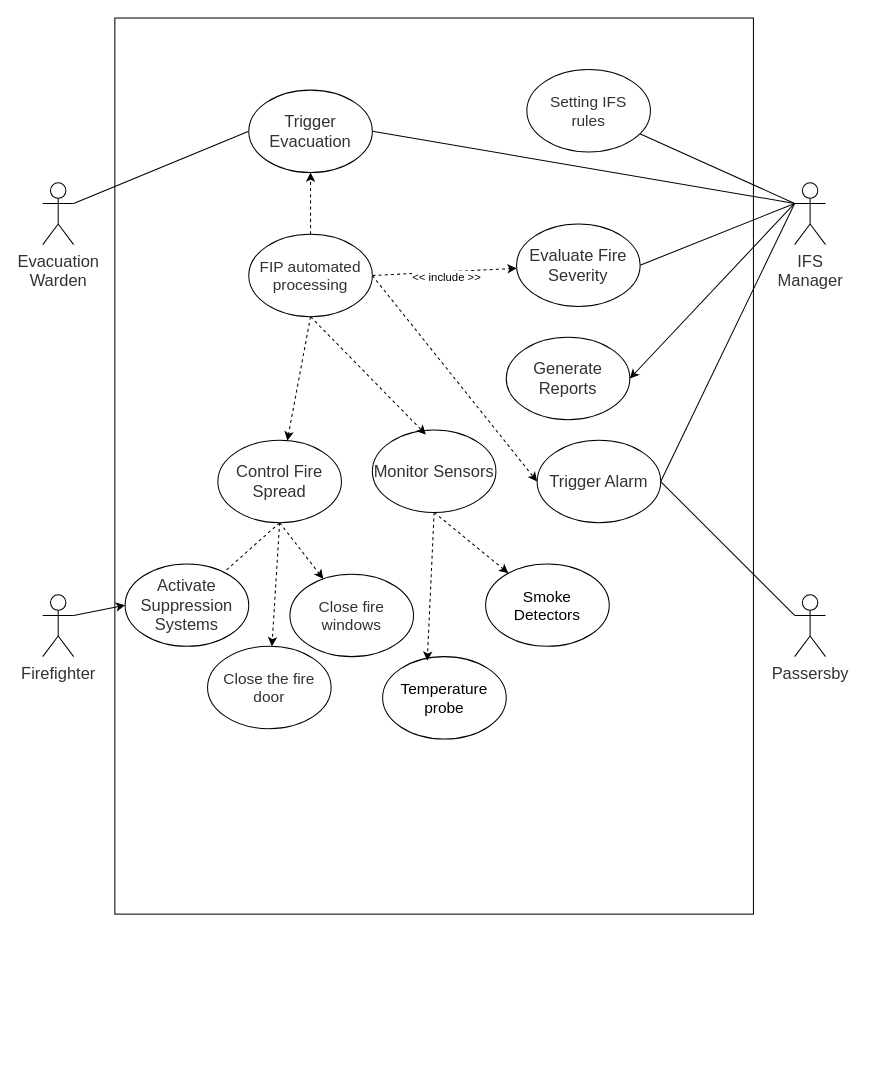
This is FIP.drawio from demosRun/INFO6030, a draw.io file, before an edit. Source tidied: cells renumbered, new cells numbered last; positions are measured from the earlier drawing's top-left corner, leaving out a move shared by most shapes. Both pictures are drawn from the tidied source at 103%, with x=0, y=0 at pixel (42, 18).
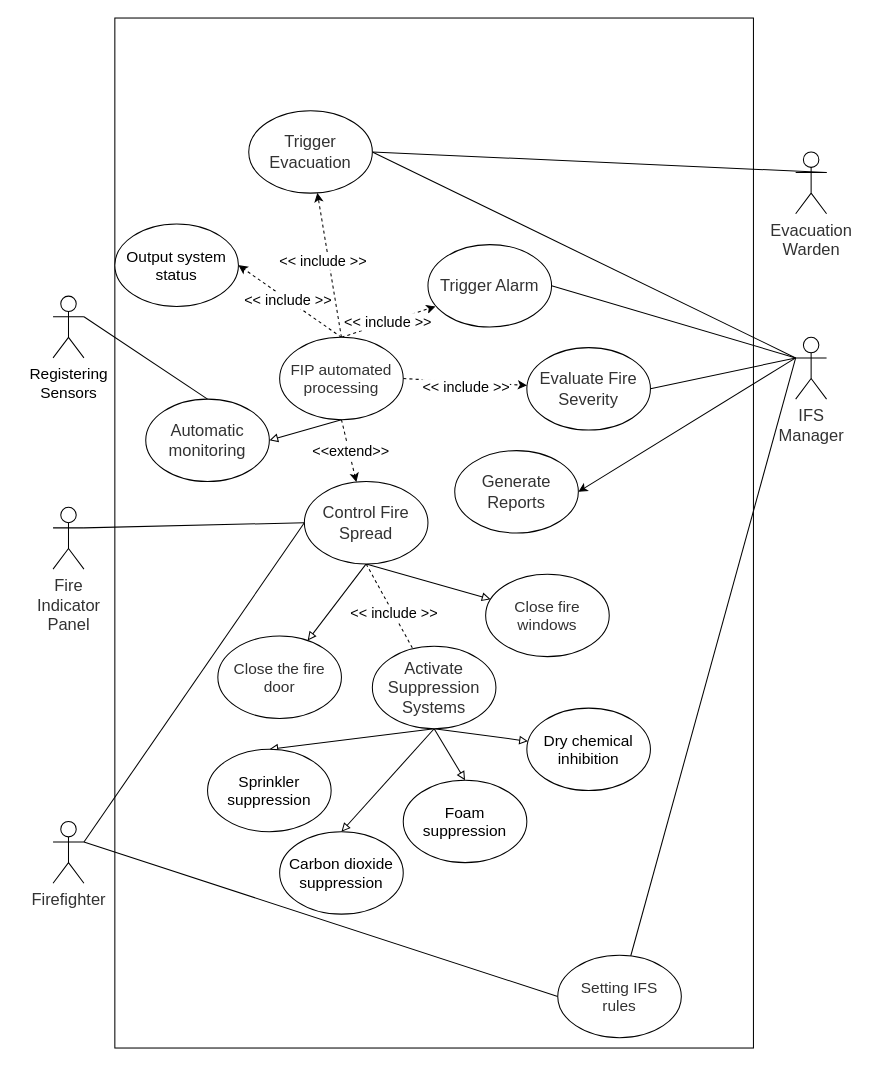
The same page after the edit.

The change refers to these unchanged cells:
```xml
<mxCell id="18" style="rounded=0;jettySize=auto;html=1;exitX=0.5;exitY=1;exitDx=0;exitDy=0;dashed=1;" parent="1" edge="1" source="22" target="27">
  <mxGeometry relative="1" as="geometry" />
</mxCell>
<mxCell id="20" style="rounded=0;jettySize=auto;html=1;exitX=1;exitY=0.5;exitDx=0;exitDy=0;dashed=1;" parent="1" edge="1" source="22" target="23">
  <mxGeometry relative="1" as="geometry" />
</mxCell>
<mxCell id="24" style="rounded=0;jettySize=auto;html=1;exitX=0.5;exitY=1;exitDx=0;exitDy=0;endArrow=none;endFill=0;dashed=1;" parent="1" edge="1" source="27" target="29">
  <mxGeometry relative="1" as="geometry" />
</mxCell>
```

The edit, as a diff of the source:
```diff
@@
     <mxCell id="2" style="rounded=0;whiteSpace=wrap;html=1;" parent="1" vertex="1">
-      <mxGeometry x="70" width="620" height="870" as="geometry" />
+      <mxGeometry x="70" width="620" height="1000" as="geometry" />
     </mxCell>
-    <mxCell id="3" style="rounded=0;jettySize=auto;html=1;exitX=1;exitY=0.3333333333333333;exitDx=0;exitDy=0;exitPerimeter=0;entryX=0;entryY=0.5;entryDx=0;entryDy=0;strokeColor=default;endArrow=none;endFill=0;" parent="1" edge="1" source="4" target="15">
+    <mxCell id="3" style="rounded=0;jettySize=auto;html=1;exitX=1;exitY=0.3333333333333333;exitDx=0;exitDy=0;exitPerimeter=0;entryX=1;entryY=0.5;entryDx=0;entryDy=0;strokeColor=default;endArrow=none;endFill=0;" parent="1" edge="1" source="4" target="15">
       <mxGeometry relative="1" as="geometry" />
     </mxCell>
     <mxCell id="4" value="&lt;span style=&quot;color: rgb(50, 50, 50); font-family: &amp;quot;Microsoft YaHei&amp;quot;, 微软雅黑, Arial; font-size: 16px; text-wrap: wrap; background-color: rgba(255, 255, 255, 0.01);&quot;&gt;Evacuation&lt;/span&gt;&lt;div&gt;&lt;span style=&quot;color: rgb(50, 50, 50); font-family: &amp;quot;Microsoft YaHei&amp;quot;, 微软雅黑, Arial; font-size: 16px; text-wrap: wrap; background-color: rgba(255, 255, 255, 0.01);&quot;&gt;Warden&lt;/span&gt;&lt;/div&gt;" style="shape=umlActor;verticalLabelPosition=bottom;verticalAlign=top;html=1;outlineConnect=0;" parent="1" vertex="1">
-      <mxGeometry y="160" width="30" height="60" as="geometry" />
+      <mxGeometry x="731" y="130" width="30" height="60" as="geometry" />
     </mxCell>
-    <mxCell id="5" style="rounded=0;jettySize=auto;html=1;exitX=1;exitY=0.3333333333333333;exitDx=0;exitDy=0;exitPerimeter=0;entryX=0;entryY=0.5;entryDx=0;entryDy=0;" parent="1" edge="1" source="6" target="29">
-      <mxGeometry relative="1" as="geometry" />
-    </mxCell>
+    <mxCell id="39" style="rounded=0;jettySize=auto;html=1;exitX=1;exitY=0.3333333333333333;exitDx=0;exitDy=0;exitPerimeter=0;entryX=0;entryY=0.5;entryDx=0;entryDy=0;endArrow=none;endFill=0;" parent="1" edge="1" source="6" target="16">
+      <mxGeometry relative="1" as="geometry" />
+    </mxCell>
     <mxCell id="6" value="&lt;span style=&quot;color: rgb(50, 50, 50); font-family: &amp;quot;Microsoft YaHei&amp;quot;, 微软雅黑, Arial; font-size: 16px; text-wrap: wrap; background-color: rgba(255, 255, 255, 0.01);&quot;&gt;Firefighter&lt;/span&gt;" style="shape=umlActor;verticalLabelPosition=bottom;verticalAlign=top;html=1;outlineConnect=0;" parent="1" vertex="1">
-      <mxGeometry y="560" width="30" height="60" as="geometry" />
+      <mxGeometry x="10" y="780" width="30" height="60" as="geometry" />
     </mxCell>
@@
+    <mxCell id="11" style="rounded=0;jettySize=auto;html=1;exitX=0;exitY=0.3333333333333333;exitDx=0;exitDy=0;exitPerimeter=0;entryX=1;entryY=0.5;entryDx=0;entryDy=0;" parent="1" edge="1" source="12" target="34">
+      <mxGeometry relative="1" as="geometry" />
+    </mxCell>
@@
-    <mxCell id="11" style="rounded=0;jettySize=auto;html=1;exitX=0;exitY=0.3333333333333333;exitDx=0;exitDy=0;exitPerimeter=0;entryX=1;entryY=0.5;entryDx=0;entryDy=0;" parent="1" edge="1" source="12" target="34">
-      <mxGeometry relative="1" as="geometry" />
-    </mxCell>
     <mxCell id="12" value="&lt;span style=&quot;color: rgb(50, 50, 50); font-family: &amp;quot;Microsoft YaHei&amp;quot;, 微软雅黑, Arial; font-size: 16px; text-wrap: wrap; background-color: rgba(255, 255, 255, 0.01);&quot;&gt;IFS Manager&lt;/span&gt;" style="shape=umlActor;verticalLabelPosition=bottom;verticalAlign=top;html=1;outlineConnect=0;" parent="1" vertex="1">
-      <mxGeometry x="730" y="160" width="30" height="60" as="geometry" />
+      <mxGeometry x="731" y="310" width="30" height="60" as="geometry" />
     </mxCell>
-    <mxCell id="13" style="rounded=0;jettySize=auto;html=1;exitX=0;exitY=0.3333333333333333;exitDx=0;exitDy=0;exitPerimeter=0;entryX=1;entryY=0.5;entryDx=0;entryDy=0;endArrow=none;endFill=0;" parent="1" edge="1" source="14" target="32">
-      <mxGeometry relative="1" as="geometry" />
-    </mxCell>
+    <mxCell id="40" style="rounded=0;jettySize=auto;html=1;exitX=1;exitY=0.3333333333333333;exitDx=0;exitDy=0;exitPerimeter=0;entryX=0;entryY=0.5;entryDx=0;entryDy=0;endArrow=none;endFill=0;" parent="1" edge="1" source="14" target="27">
+      <mxGeometry relative="1" as="geometry" />
+    </mxCell>
-    <mxCell id="14" value="&lt;span style=&quot;color: rgb(50, 50, 50); font-family: &amp;quot;Microsoft YaHei&amp;quot;, 微软雅黑, Arial; font-size: 16px; text-wrap: wrap; background-color: rgba(255, 255, 255, 0.01);&quot;&gt;Passersby&lt;/span&gt;" style="shape=umlActor;verticalLabelPosition=bottom;verticalAlign=top;html=1;outlineConnect=0;" parent="1" vertex="1">
-      <mxGeometry x="730" y="560" width="30" height="60" as="geometry" />
+    <mxCell id="14" value="&lt;font face=&quot;Microsoft YaHei, 微软雅黑, Arial&quot; color=&quot;#323232&quot;&gt;&lt;span style=&quot;font-size: 16px; text-wrap: wrap;&quot;&gt;Fire Indicator&lt;/span&gt;&lt;/font&gt;&lt;div&gt;&lt;font face=&quot;Microsoft YaHei, 微软雅黑, Arial&quot; color=&quot;#323232&quot;&gt;&lt;span style=&quot;font-size: 16px; text-wrap: wrap;&quot;&gt;Panel&lt;/span&gt;&lt;/font&gt;&lt;br&gt;&lt;/div&gt;" style="shape=umlActor;verticalLabelPosition=bottom;verticalAlign=top;html=1;outlineConnect=0;" parent="1" vertex="1">
+      <mxGeometry x="10" y="475" width="30" height="60" as="geometry" />
     </mxCell>
     <mxCell id="15" value="&lt;span style=&quot;color: rgb(50, 50, 50); font-family: &amp;quot;Microsoft YaHei&amp;quot;, 微软雅黑, Arial; font-size: 16px; background-color: rgba(255, 255, 255, 0.01);&quot;&gt;Trigger Evacuation&lt;/span&gt;" style="ellipse;whiteSpace=wrap;html=1;" parent="1" vertex="1">
-      <mxGeometry x="200" y="70" width="120" height="80" as="geometry" />
+      <mxGeometry x="200" y="90" width="120" height="80" as="geometry" />
     </mxCell>
     <mxCell id="16" value="&lt;span style=&quot;color: rgb(50, 50, 50); font-family: &amp;quot;Microsoft YaHei&amp;quot;, 微软雅黑, Arial; font-size: 15px; background-color: rgba(255, 255, 255, 0.01);&quot;&gt;Setting IFS&lt;/span&gt;&lt;div&gt;&lt;span style=&quot;color: rgb(50, 50, 50); font-family: &amp;quot;Microsoft YaHei&amp;quot;, 微软雅黑, Arial; font-size: 15px; background-color: rgba(255, 255, 255, 0.01);&quot;&gt;rules&lt;/span&gt;&lt;/div&gt;" style="ellipse;whiteSpace=wrap;html=1;" parent="1" vertex="1">
-      <mxGeometry x="470" y="50" width="120" height="80" as="geometry" />
+      <mxGeometry x="500" y="910" width="120" height="80" as="geometry" />
     </mxCell>
-    <mxCell id="17" style="edgeStyle=orthogonalEdgeStyle;rounded=0;jettySize=auto;html=1;exitX=0.5;exitY=0;exitDx=0;exitDy=0;dashed=1;" parent="1" edge="1" source="22" target="15">
+    <mxCell id="17" style="rounded=0;jettySize=auto;html=1;exitX=0.5;exitY=0;exitDx=0;exitDy=0;dashed=1;" parent="1" edge="1" source="22" target="15">
       <mxGeometry relative="1" as="geometry" />
     </mxCell>
+    <mxCell id="41" value="&lt;span style=&quot;font-size: 14px;&quot;&gt;&amp;lt;&amp;lt; include &amp;gt;&amp;gt;&lt;/span&gt;" style="edgeLabel;html=1;align=center;verticalAlign=middle;" parent="17" vertex="1">
+      <mxGeometry x="0.08" y="6" relative="1" as="geometry" />
+    </mxCell>
@@
+    <mxCell id="42" value="&lt;font style=&quot;font-size: 14px;&quot;&gt;&amp;lt;&amp;lt;extend&amp;gt;&amp;gt;&lt;/font&gt;" style="edgeLabel;html=1;align=center;verticalAlign=middle;" parent="18" vertex="1">
+      <mxGeometry x="0.03" y="1" relative="1" as="geometry" />
+    </mxCell>
-    <mxCell id="19" style="rounded=0;jettySize=auto;html=1;exitX=1;exitY=0.5;exitDx=0;exitDy=0;entryX=0;entryY=0.5;entryDx=0;entryDy=0;dashed=1;" parent="1" edge="1" source="22" target="32">
+    <mxCell id="19" style="rounded=0;jettySize=auto;html=1;exitX=0.5;exitY=0;exitDx=0;exitDy=0;entryX=0.061;entryY=0.75;entryDx=0;entryDy=0;dashed=1;entryPerimeter=0;" parent="1" edge="1" source="22" target="32">
       <mxGeometry relative="1" as="geometry" />
     </mxCell>
+    <mxCell id="43" value="&lt;span style=&quot;font-size: 14px;&quot;&gt;&amp;lt;&amp;lt; include &amp;gt;&amp;gt;&lt;/span&gt;" style="edgeLabel;html=1;align=center;verticalAlign=middle;" parent="19" vertex="1">
+      <mxGeometry x="-0.03" y="1" relative="1" as="geometry" />
+    </mxCell>
@@
-    <mxCell id="21" value="&amp;lt;&amp;lt; include &amp;gt;&amp;gt;" style="edgeLabel;html=1;align=center;verticalAlign=middle;" parent="20" vertex="1">
+    <mxCell id="21" value="&lt;font style=&quot;font-size: 14px;&quot;&gt;&amp;lt;&amp;lt; include &amp;gt;&amp;gt;&lt;/font&gt;" style="edgeLabel;html=1;align=center;verticalAlign=middle;" parent="20" vertex="1">
       <mxGeometry x="0.01" y="-5" relative="1" as="geometry" />
     </mxCell>
+    <mxCell id="44" style="rounded=0;jettySize=auto;html=1;exitX=0.5;exitY=0;exitDx=0;exitDy=0;entryX=1;entryY=0.5;entryDx=0;entryDy=0;dashed=1;" parent="1" edge="1" source="22" target="55">
+      <mxGeometry relative="1" as="geometry" />
+    </mxCell>
+    <mxCell id="45" value="&lt;span style=&quot;font-size: 14px;&quot;&gt;&amp;lt;&amp;lt; include &amp;gt;&amp;gt;&lt;/span&gt;" style="edgeLabel;html=1;align=center;verticalAlign=middle;" parent="44" vertex="1">
+      <mxGeometry x="0.03" y="-1" relative="1" as="geometry">
+        <mxPoint x="-1" as="offset" />
+      </mxGeometry>
+    </mxCell>
     <mxCell id="22" value="&lt;span style=&quot;color: rgb(50, 50, 50); font-family: &amp;quot;Microsoft YaHei&amp;quot;, 微软雅黑, Arial; font-size: 15px; background-color: rgba(255, 255, 255, 0.01);&quot;&gt;FIP automated processing&lt;/span&gt;" style="ellipse;whiteSpace=wrap;html=1;" parent="1" vertex="1">
-      <mxGeometry x="200" y="210" width="120" height="80" as="geometry" />
+      <mxGeometry x="230" y="310" width="120" height="80" as="geometry" />
     </mxCell>
     <mxCell id="23" value="&lt;span style=&quot;color: rgb(50, 50, 50); font-family: &amp;quot;Microsoft YaHei&amp;quot;, 微软雅黑, Arial; font-size: 16px; background-color: rgba(255, 255, 255, 0.01);&quot;&gt;Evaluate Fire Severity&lt;/span&gt;" style="ellipse;whiteSpace=wrap;html=1;" parent="1" vertex="1">
-      <mxGeometry x="460" y="200" width="120" height="80" as="geometry" />
+      <mxGeometry x="470" y="320" width="120" height="80" as="geometry" />
     </mxCell>
@@
+    <mxCell id="46" value="&lt;font style=&quot;font-size: 14px;&quot;&gt;&amp;lt;&amp;lt; include &amp;gt;&amp;gt;&lt;/font&gt;" style="edgeLabel;html=1;align=center;verticalAlign=middle;" parent="24" vertex="1">
+      <mxGeometry x="0.15" relative="1" as="geometry" />
+    </mxCell>
-    <mxCell id="25" style="rounded=0;jettySize=auto;html=1;exitX=0.5;exitY=1;exitDx=0;exitDy=0;dashed=1;" parent="1" edge="1" source="27" target="30">
+    <mxCell id="25" style="rounded=0;jettySize=auto;html=1;exitX=0.5;exitY=1;exitDx=0;exitDy=0;endArrow=block;endFill=0;" parent="1" edge="1" source="27" target="30">
       <mxGeometry relative="1" as="geometry" />
     </mxCell>
-    <mxCell id="26" style="rounded=0;jettySize=auto;html=1;exitX=0.5;exitY=1;exitDx=0;exitDy=0;dashed=1;" parent="1" edge="1" source="27" target="31">
+    <mxCell id="26" style="rounded=0;jettySize=auto;html=1;exitX=0.5;exitY=1;exitDx=0;exitDy=0;endArrow=block;endFill=0;" parent="1" edge="1" source="27" target="31">
       <mxGeometry relative="1" as="geometry" />
     </mxCell>
     <mxCell id="27" value="&lt;span style=&quot;color: rgb(50, 50, 50); font-family: &amp;quot;Microsoft YaHei&amp;quot;, 微软雅黑, Arial; font-size: 16px; background-color: rgba(255, 255, 255, 0.01);&quot;&gt;Control Fire Spread&lt;/span&gt;" style="ellipse;whiteSpace=wrap;html=1;" parent="1" vertex="1">
-      <mxGeometry x="170" y="410" width="120" height="80" as="geometry" />
+      <mxGeometry x="254" y="450" width="120" height="80" as="geometry" />
     </mxCell>
-    <mxCell id="28" value="&lt;span style=&quot;color: rgb(50, 50, 50); font-family: &amp;quot;Microsoft YaHei&amp;quot;, 微软雅黑, Arial; font-size: 16px; background-color: rgba(255, 255, 255, 0.01);&quot;&gt;Monitor Sensors&lt;/span&gt;" style="ellipse;whiteSpace=wrap;html=1;" parent="1" vertex="1">
-      <mxGeometry x="320" y="400" width="120" height="80" as="geometry" />
+    <mxCell id="28" value="&lt;font face=&quot;Microsoft YaHei, 微软雅黑, Arial&quot; color=&quot;#323232&quot;&gt;&lt;span style=&quot;font-size: 16px;&quot;&gt;Automatic monitoring&lt;/span&gt;&lt;/font&gt;" style="ellipse;whiteSpace=wrap;html=1;" parent="1" vertex="1">
+      <mxGeometry x="100" y="370" width="120" height="80" as="geometry" />
     </mxCell>
+    <mxCell id="47" style="rounded=0;jettySize=auto;html=1;exitX=0.5;exitY=1;exitDx=0;exitDy=0;entryX=0.5;entryY=0;entryDx=0;entryDy=0;endArrow=block;endFill=0;" parent="1" edge="1" source="29" target="51">
+      <mxGeometry relative="1" as="geometry" />
+    </mxCell>
+    <mxCell id="48" style="rounded=0;jettySize=auto;html=1;exitX=0.5;exitY=1;exitDx=0;exitDy=0;entryX=0.5;entryY=0;entryDx=0;entryDy=0;endArrow=block;endFill=0;" parent="1" edge="1" source="29" target="52">
+      <mxGeometry relative="1" as="geometry" />
+    </mxCell>
+    <mxCell id="49" style="rounded=0;jettySize=auto;html=1;exitX=0.5;exitY=1;exitDx=0;exitDy=0;entryX=0.5;entryY=0;entryDx=0;entryDy=0;endArrow=block;endFill=0;" parent="1" edge="1" source="29" target="53">
+      <mxGeometry relative="1" as="geometry" />
+    </mxCell>
+    <mxCell id="50" style="rounded=0;jettySize=auto;html=1;exitX=0.5;exitY=1;exitDx=0;exitDy=0;endArrow=block;endFill=0;" parent="1" edge="1" source="29" target="54">
+      <mxGeometry relative="1" as="geometry" />
+    </mxCell>
     <mxCell id="29" value="&lt;span style=&quot;color: rgb(50, 50, 50); font-family: &amp;quot;Microsoft YaHei&amp;quot;, 微软雅黑, Arial; font-size: 16px; background-color: rgba(255, 255, 255, 0.01);&quot;&gt;Activate Suppression Systems&lt;/span&gt;" style="ellipse;whiteSpace=wrap;html=1;" parent="1" vertex="1">
-      <mxGeometry x="80" y="530" width="120" height="80" as="geometry" />
+      <mxGeometry x="320" y="610" width="120" height="80" as="geometry" />
     </mxCell>
     <mxCell id="30" value="&lt;span style=&quot;color: rgb(50, 50, 50); font-family: &amp;quot;Microsoft YaHei&amp;quot;, 微软雅黑, Arial; font-size: 15px; background-color: rgba(255, 255, 255, 0.01);&quot;&gt;Close the fire door&lt;/span&gt;" style="ellipse;whiteSpace=wrap;html=1;" parent="1" vertex="1">
-      <mxGeometry x="160" y="610" width="120" height="80" as="geometry" />
+      <mxGeometry x="170" y="600" width="120" height="80" as="geometry" />
     </mxCell>
     <mxCell id="31" value="&lt;span style=&quot;color: rgb(50, 50, 50); font-family: &amp;quot;Microsoft YaHei&amp;quot;, 微软雅黑, Arial; font-size: 15px; background-color: rgba(255, 255, 255, 0.01);&quot;&gt;Close fire windows&lt;/span&gt;" style="ellipse;whiteSpace=wrap;html=1;" parent="1" vertex="1">
-      <mxGeometry x="240" y="540" width="120" height="80" as="geometry" />
+      <mxGeometry x="430" y="540" width="120" height="80" as="geometry" />
     </mxCell>
     <mxCell id="32" value="&lt;span style=&quot;color: rgb(50, 50, 50); font-family: &amp;quot;Microsoft YaHei&amp;quot;, 微软雅黑, Arial; font-size: 16px; background-color: rgba(255, 255, 255, 0.01);&quot;&gt;Trigger Alarm&lt;/span&gt;" style="ellipse;whiteSpace=wrap;html=1;" parent="1" vertex="1">
-      <mxGeometry x="480" y="410" width="120" height="80" as="geometry" />
+      <mxGeometry x="374" y="220" width="120" height="80" as="geometry" />
     </mxCell>
-    <mxCell id="33" style="rounded=0;jettySize=auto;html=1;exitX=0.5;exitY=1;exitDx=0;exitDy=0;entryX=0.433;entryY=0.054;entryDx=0;entryDy=0;entryPerimeter=0;dashed=1;" parent="1" edge="1" source="22" target="28">
+    <mxCell id="33" style="rounded=0;jettySize=auto;html=1;exitX=0.5;exitY=1;exitDx=0;exitDy=0;entryX=1;entryY=0.5;entryDx=0;entryDy=0;endArrow=block;endFill=0;" parent="1" edge="1" source="22" target="28">
       <mxGeometry relative="1" as="geometry" />
     </mxCell>
     <mxCell id="34" value="&lt;span style=&quot;color: rgb(50, 50, 50); font-family: &amp;quot;Microsoft YaHei&amp;quot;, 微软雅黑, Arial; font-size: 16px; background-color: rgba(255, 255, 255, 0.01);&quot;&gt;Generate Reports&lt;/span&gt;" style="ellipse;whiteSpace=wrap;html=1;" parent="1" vertex="1">
-      <mxGeometry x="450" y="310" width="120" height="80" as="geometry" />
+      <mxGeometry x="400" y="420" width="120" height="80" as="geometry" />
     </mxCell>
-    <mxCell id="35" value="&lt;font style=&quot;font-size: 15px;&quot;&gt;Smoke&lt;/font&gt;&lt;div&gt;&lt;font style=&quot;font-size: 15px;&quot;&gt;Detectors&lt;/font&gt;&lt;/div&gt;" style="ellipse;whiteSpace=wrap;html=1;" parent="1" vertex="1">
-      <mxGeometry x="430" y="530" width="120" height="80" as="geometry" />
-    </mxCell>
-    <mxCell id="36" value="&lt;font style=&quot;font-size: 15px;&quot;&gt;Temperature probe&lt;/font&gt;" style="ellipse;whiteSpace=wrap;html=1;" parent="1" vertex="1">
-      <mxGeometry x="330" y="620" width="120" height="80" as="geometry" />
-    </mxCell>
-    <mxCell id="37" style="rounded=0;jettySize=auto;html=1;exitX=0.5;exitY=1;exitDx=0;exitDy=0;entryX=0.361;entryY=0.05;entryDx=0;entryDy=0;entryPerimeter=0;dashed=1;" parent="1" edge="1" source="28" target="36">
-      <mxGeometry relative="1" as="geometry" />
-    </mxCell>
-    <mxCell id="38" style="rounded=0;jettySize=auto;html=1;exitX=0.5;exitY=1;exitDx=0;exitDy=0;dashed=1;" parent="1" edge="1" source="28" target="35">
-      <mxGeometry relative="1" as="geometry" />
-    </mxCell>
+    <mxCell id="51" value="&lt;span style=&quot;font-size: 15px;&quot;&gt;Sprinkler suppression&lt;/span&gt;" style="ellipse;whiteSpace=wrap;html=1;" parent="1" vertex="1">
+      <mxGeometry x="160" y="710" width="120" height="80" as="geometry" />
+    </mxCell>
+    <mxCell id="52" value="&lt;font style=&quot;font-size: 15px;&quot;&gt;Carbon dioxide suppression&lt;/font&gt;" style="ellipse;whiteSpace=wrap;html=1;" parent="1" vertex="1">
+      <mxGeometry x="230" y="790" width="120" height="80" as="geometry" />
+    </mxCell>
+    <mxCell id="53" value="&lt;font style=&quot;font-size: 15px;&quot;&gt;Foam suppression&lt;/font&gt;" style="ellipse;whiteSpace=wrap;html=1;" parent="1" vertex="1">
+      <mxGeometry x="350" y="740" width="120" height="80" as="geometry" />
+    </mxCell>
+    <mxCell id="54" value="&lt;font style=&quot;font-size: 15px;&quot;&gt;Dry chemical inhibition&lt;/font&gt;" style="ellipse;whiteSpace=wrap;html=1;" parent="1" vertex="1">
+      <mxGeometry x="470" y="670" width="120" height="80" as="geometry" />
+    </mxCell>
+    <mxCell id="55" value="&lt;font style=&quot;font-size: 15px;&quot;&gt;Output system status&lt;/font&gt;" style="ellipse;whiteSpace=wrap;html=1;" parent="1" vertex="1">
+      <mxGeometry x="70" y="200" width="120" height="80" as="geometry" />
+    </mxCell>
+    <mxCell id="56" style="rounded=0;jettySize=auto;html=1;exitX=1;exitY=0.3333333333333333;exitDx=0;exitDy=0;exitPerimeter=0;entryX=0;entryY=0.5;entryDx=0;entryDy=0;endArrow=none;endFill=0;" parent="1" edge="1" source="6" target="27">
+      <mxGeometry relative="1" as="geometry" />
+    </mxCell>
+    <mxCell id="57" style="rounded=0;jettySize=auto;html=1;exitX=1;exitY=0.3333333333333333;exitDx=0;exitDy=0;exitPerimeter=0;endArrow=none;endFill=0;entryX=0.5;entryY=0;entryDx=0;entryDy=0;" parent="1" edge="1" source="58" target="28">
+      <mxGeometry relative="1" as="geometry" />
+    </mxCell>
+    <mxCell id="58" value="&lt;font style=&quot;font-size: 15px;&quot;&gt;Registering&lt;/font&gt;&lt;div&gt;&lt;font style=&quot;font-size: 15px;&quot;&gt;Sensors&lt;/font&gt;&lt;/div&gt;" style="shape=umlActor;verticalLabelPosition=bottom;verticalAlign=top;html=1;outlineConnect=0;" parent="1" vertex="1">
+      <mxGeometry x="10" y="270" width="30" height="60" as="geometry" />
+    </mxCell>
```
